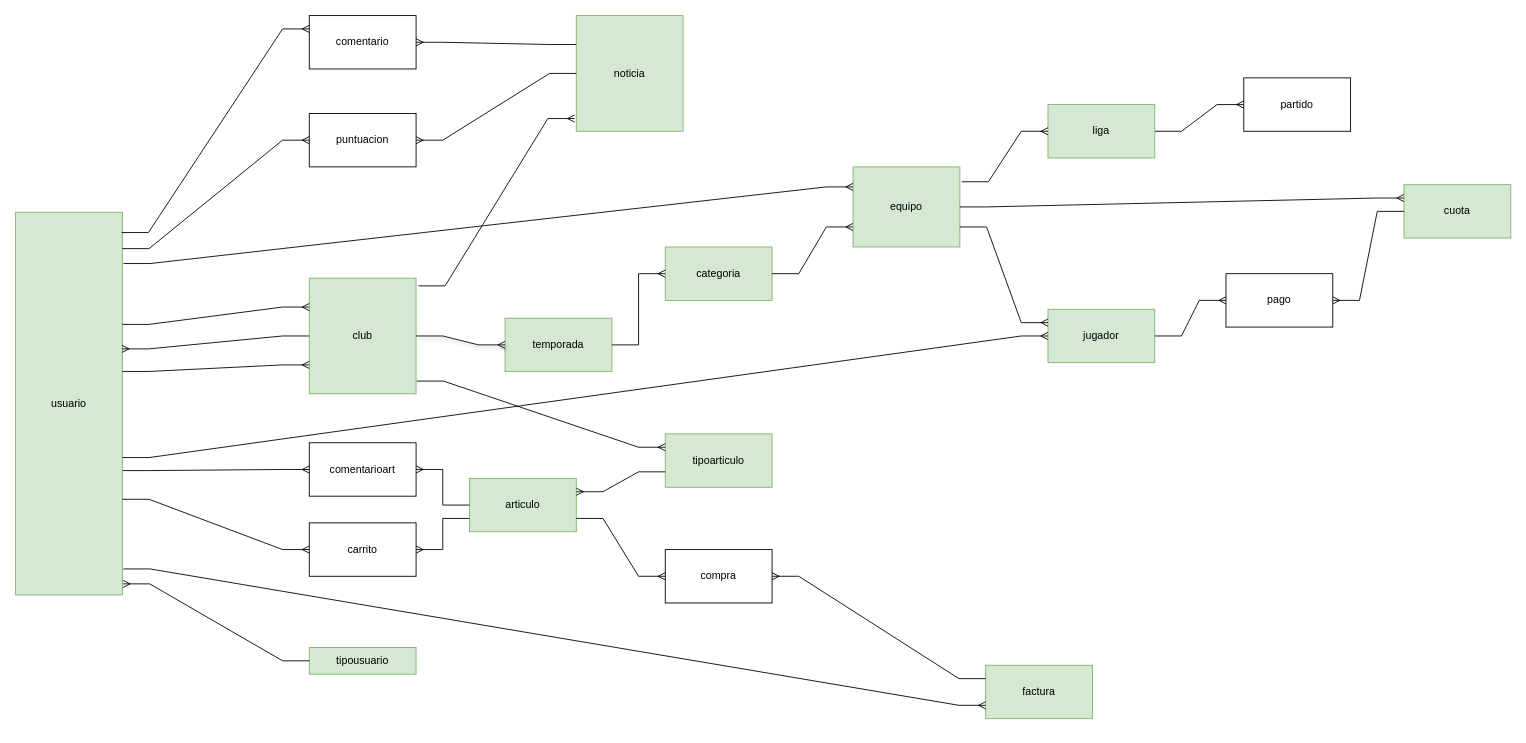
This is gesportin/src/main/resources/gesportin.drawio from NoSoyVerde/gesportin_new, a draw.io file, before an edit. Source tidied: cells renumbered, new cells numbered last; positions are measured from the earlier drawing's top-left corner, leaving out a move shared by most shapes. Both pictures are drawn from the tidied source at 89%, with x=0, y=0 at pixel (15, 15).
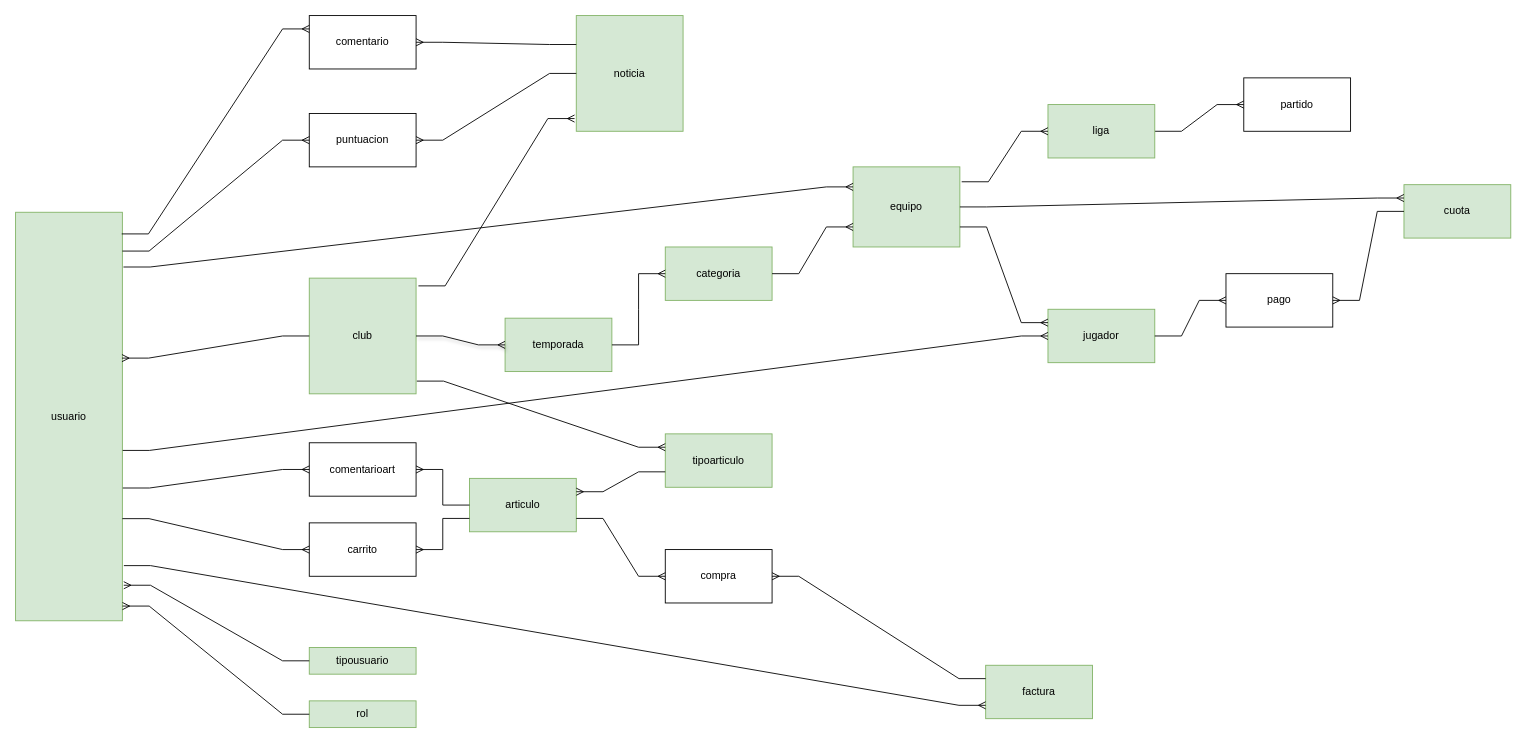
Above is the later version.

Commit message:
Update diagram to adjust element dimensions and add 'rol' entity with relationships for improved clarity.

Unchanged cells that the change refers to:
```xml
<mxCell id="3" value="tipousuario" style="rounded=0;whiteSpace=wrap;html=1;fillColor=#d5e8d4;strokeColor=#82b366;" parent="1" vertex="1">
  <mxGeometry x="330" y="710" width="120" height="30" as="geometry" />
</mxCell>
<mxCell id="5" value="club" style="rounded=0;whiteSpace=wrap;html=1;fillColor=#d5e8d4;strokeColor=#82b366;" parent="1" vertex="1">
  <mxGeometry x="330" y="295" width="120" height="130" as="geometry" />
</mxCell>
<mxCell id="8" value="jugador" style="rounded=0;whiteSpace=wrap;html=1;fillColor=#d5e8d4;strokeColor=#82b366;" parent="1" vertex="1">
  <mxGeometry x="1160" y="330" width="120" height="60" as="geometry" />
</mxCell>
<mxCell id="17" value="factura" style="rounded=0;whiteSpace=wrap;html=1;fillColor=#d5e8d4;strokeColor=#82b366;" parent="1" vertex="1">
  <mxGeometry x="1090" y="730" width="120" height="60" as="geometry" />
</mxCell>
```

Change to the diagram source:
```diff
@@
     <mxCell id="2" value="usuario" style="rounded=0;whiteSpace=wrap;html=1;fillColor=#d5e8d4;strokeColor=#82b366;" parent="1" vertex="1">
-      <mxGeometry y="221" width="120" height="430" as="geometry" />
+      <mxGeometry y="221" width="120" height="459" as="geometry" />
     </mxCell>
@@
-    <mxCell id="4" style="edgeStyle=entityRelationEdgeStyle;fontSize=12;html=1;endArrow=ERmany;rounded=0;entryX=1.006;entryY=0.971;entryDx=0;entryDy=0;exitX=0;exitY=0.5;exitDx=0;exitDy=0;entryPerimeter=0;" parent="1" edge="1" source="3" target="2">
+    <mxCell id="4" style="edgeStyle=entityRelationEdgeStyle;fontSize=12;html=1;endArrow=ERmany;rounded=0;entryX=1.013;entryY=0.913;entryDx=0;entryDy=0;exitX=0;exitY=0.5;exitDx=0;exitDy=0;entryPerimeter=0;" parent="1" edge="1" source="3" target="2">
       <mxGeometry relative="1" as="geometry" />
     </mxCell>
@@
-    <mxCell id="7" style="edgeStyle=entityRelationEdgeStyle;fontSize=12;html=1;endArrow=ERmany;rounded=0;entryX=0;entryY=0.25;entryDx=0;entryDy=0;exitX=1;exitY=0.293;exitDx=0;exitDy=0;exitPerimeter=0;" parent="1" edge="1" source="2" target="5">
-      <mxGeometry relative="1" as="geometry" />
-    </mxCell>
@@
-    <mxCell id="21" style="edgeStyle=entityRelationEdgeStyle;fontSize=12;html=1;endArrow=ERmany;rounded=0;entryX=0;entryY=0.5;entryDx=0;entryDy=0;exitX=1;exitY=0.641;exitDx=0;exitDy=0;exitPerimeter=0;" parent="1" edge="1" source="2" target="8">
+    <mxCell id="21" style="edgeStyle=entityRelationEdgeStyle;fontSize=12;html=1;endArrow=ERmany;rounded=0;entryX=0;entryY=0.5;entryDx=0;entryDy=0;exitX=1.003;exitY=0.583;exitDx=0;exitDy=0;exitPerimeter=0;" parent="1" edge="1" source="2" target="8">
       <mxGeometry relative="1" as="geometry" />
     </mxCell>
@@
-    <mxCell id="33" style="edgeStyle=entityRelationEdgeStyle;fontSize=12;html=1;endArrow=ERmany;rounded=0;exitX=1;exitY=0.416;exitDx=0;exitDy=0;exitPerimeter=0;entryX=0;entryY=0.75;entryDx=0;entryDy=0;" parent="1" edge="1" source="2" target="5">
-      <mxGeometry relative="1" as="geometry" />
-    </mxCell>
@@
-    <mxCell id="45" style="edgeStyle=entityRelationEdgeStyle;fontSize=12;html=1;endArrow=ERmany;rounded=0;exitX=1.01;exitY=0.932;exitDx=0;exitDy=0;exitPerimeter=0;entryX=0;entryY=0.75;entryDx=0;entryDy=0;" parent="1" edge="1" source="2" target="17">
+    <mxCell id="45" style="edgeStyle=entityRelationEdgeStyle;fontSize=12;html=1;endArrow=ERmany;rounded=0;exitX=1.014;exitY=0.865;exitDx=0;exitDy=0;exitPerimeter=0;entryX=0;entryY=0.75;entryDx=0;entryDy=0;" parent="1" edge="1" source="2" target="17">
       <mxGeometry relative="1" as="geometry" />
     </mxCell>
@@
+    <mxCell id="51" value="rol" style="rounded=0;whiteSpace=wrap;html=1;fillColor=#d5e8d4;strokeColor=#82b366;" parent="1" vertex="1">
+      <mxGeometry x="330" y="770" width="120" height="30" as="geometry" />
+    </mxCell>
+    <mxCell id="52" style="edgeStyle=entityRelationEdgeStyle;fontSize=12;html=1;endArrow=ERmany;rounded=0;entryX=1.001;entryY=0.964;entryDx=0;entryDy=0;exitX=0;exitY=0.5;exitDx=0;exitDy=0;entryPerimeter=0;" parent="1" edge="1" source="51" target="2">
+      <mxGeometry relative="1" as="geometry" />
+    </mxCell>
```
